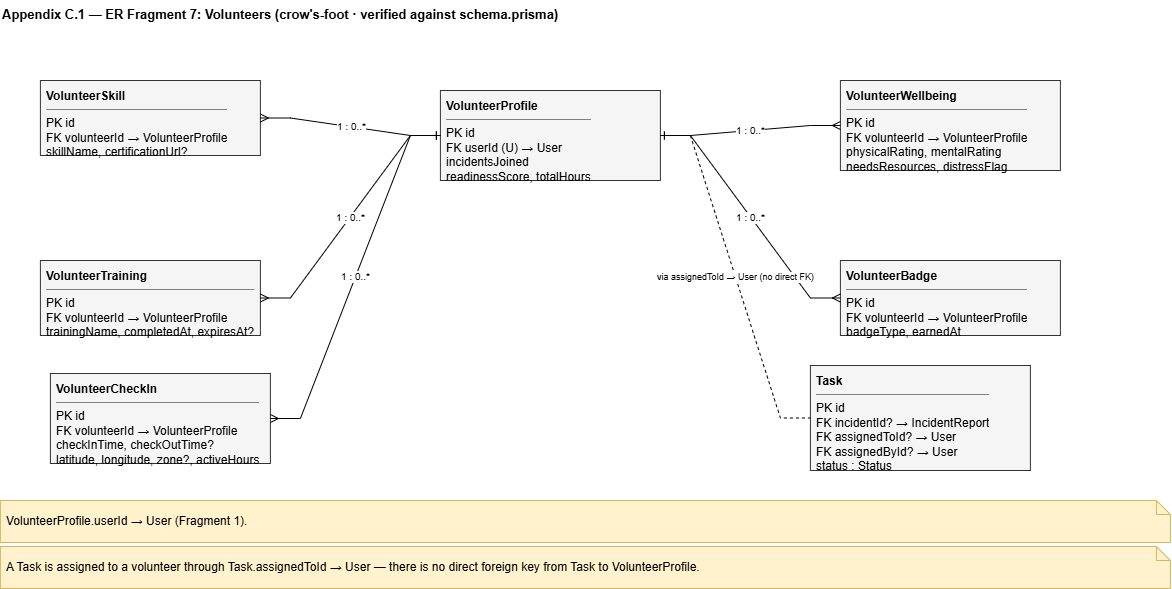
Before: research-report-source/diagrams/pngs/Appendix_C.1_ER_Fragment_07_Volunteers.drawio.png, a diagram exported from draw.io (DeshanDV1003/Suraksha---Web-App). Source tidied: cells renumbered, new cells last; positions are measured from the earlier drawing's top-left corner, leaving out a move shared by most shapes. The source it was exported from:
```xml
<mxGraphModel>
  <root>
    <mxCell id="0" />
    <mxCell id="1" parent="0" />
    <mxCell id="2" value="Appendix C.1 — ER Fragment 7: Volunteers   (crow's-foot · verified against schema.prisma)" style="text;html=1;fontStyle=1;fontSize=13;align=left;" parent="1" vertex="1">
      <mxGeometry width="1170" height="24" as="geometry" />
    </mxCell>
    <mxCell id="3" value="&lt;b&gt;VolunteerProfile&lt;/b&gt;&lt;hr size=&quot;1&quot; noshade&gt;PK id&lt;br&gt;FK userId (U)  → User&lt;br&gt;incidentsJoined&lt;br&gt;readinessScore, totalHours" style="rounded=0;whiteSpace=wrap;html=1;fillColor=#f5f5f5;strokeColor=#333333;align=left;verticalAlign=top;spacingLeft=4;spacingTop=2;overflow=hidden;" parent="1" vertex="1">
      <mxGeometry x="440" y="90" width="220" height="90" as="geometry" />
    </mxCell>
    <mxCell id="4" value="&lt;b&gt;VolunteerSkill&lt;/b&gt;&lt;hr size=&quot;1&quot; noshade&gt;PK id&lt;br&gt;FK volunteerId  → VolunteerProfile&lt;br&gt;skillName, certificationUrl?" style="rounded=0;whiteSpace=wrap;html=1;fillColor=#f5f5f5;strokeColor=#333333;align=left;verticalAlign=top;spacingLeft=4;spacingTop=2;overflow=hidden;" parent="1" vertex="1">
      <mxGeometry x="40" y="80" width="220" height="75" as="geometry" />
    </mxCell>
    <mxCell id="5" value="&lt;b&gt;VolunteerTraining&lt;/b&gt;&lt;hr size=&quot;1&quot; noshade&gt;PK id&lt;br&gt;FK volunteerId  → VolunteerProfile&lt;br&gt;trainingName, completedAt, expiresAt?" style="rounded=0;whiteSpace=wrap;html=1;fillColor=#f5f5f5;strokeColor=#333333;align=left;verticalAlign=top;spacingLeft=4;spacingTop=2;overflow=hidden;" parent="1" vertex="1">
      <mxGeometry x="40" y="260" width="220" height="75" as="geometry" />
    </mxCell>
    <mxCell id="6" value="&lt;b&gt;VolunteerCheckIn&lt;/b&gt;&lt;hr size=&quot;1&quot; noshade&gt;PK id&lt;br&gt;FK volunteerId  → VolunteerProfile&lt;br&gt;checkInTime, checkOutTime?&lt;br&gt;latitude, longitude, zone?, activeHours" style="rounded=0;whiteSpace=wrap;html=1;fillColor=#f5f5f5;strokeColor=#333333;align=left;verticalAlign=top;spacingLeft=4;spacingTop=2;overflow=hidden;" parent="1" vertex="1">
      <mxGeometry x="50" y="373" width="220" height="90" as="geometry" />
    </mxCell>
    <mxCell id="7" value="&lt;b&gt;VolunteerWellbeing&lt;/b&gt;&lt;hr size=&quot;1&quot; noshade&gt;PK id&lt;br&gt;FK volunteerId  → VolunteerProfile&lt;br&gt;physicalRating, mentalRating&lt;br&gt;needsResources, distressFlag" style="rounded=0;whiteSpace=wrap;html=1;fillColor=#f5f5f5;strokeColor=#333333;align=left;verticalAlign=top;spacingLeft=4;spacingTop=2;overflow=hidden;" parent="1" vertex="1">
      <mxGeometry x="840" y="80" width="220" height="90" as="geometry" />
    </mxCell>
    <mxCell id="8" value="&lt;b&gt;VolunteerBadge&lt;/b&gt;&lt;hr size=&quot;1&quot; noshade&gt;PK id&lt;br&gt;FK volunteerId  → VolunteerProfile&lt;br&gt;badgeType, earnedAt" style="rounded=0;whiteSpace=wrap;html=1;fillColor=#f5f5f5;strokeColor=#333333;align=left;verticalAlign=top;spacingLeft=4;spacingTop=2;overflow=hidden;" parent="1" vertex="1">
      <mxGeometry x="840" y="260" width="220" height="75" as="geometry" />
    </mxCell>
    <mxCell id="9" value="&lt;b&gt;Task&lt;/b&gt;&lt;hr size=&quot;1&quot; noshade&gt;PK id&lt;br&gt;FK incidentId?  → IncidentReport&lt;br&gt;FK assignedToId?  → User&lt;br&gt;FK assignedById?  → User&lt;br&gt;status : Status" style="rounded=0;whiteSpace=wrap;html=1;fillColor=#f5f5f5;strokeColor=#333333;align=left;verticalAlign=top;spacingLeft=4;spacingTop=2;overflow=hidden;" parent="1" vertex="1">
      <mxGeometry x="810" y="365" width="220" height="105" as="geometry" />
    </mxCell>
    <mxCell id="10" value="1 : 0..*" style="edgeStyle=entityRelationEdgeStyle;rounded=0;html=1;fontSize=10;startArrow=ERone;endArrow=ERmany;startFill=0;endFill=0;" parent="1" edge="1" source="3" target="4">
      <mxGeometry relative="1" as="geometry" />
    </mxCell>
    <mxCell id="11" value="1 : 0..*" style="edgeStyle=entityRelationEdgeStyle;rounded=0;html=1;fontSize=10;startArrow=ERone;endArrow=ERmany;startFill=0;endFill=0;" parent="1" edge="1" source="3" target="5">
      <mxGeometry relative="1" as="geometry" />
    </mxCell>
    <mxCell id="12" value="1 : 0..*" style="edgeStyle=entityRelationEdgeStyle;rounded=0;html=1;fontSize=10;startArrow=ERone;endArrow=ERmany;startFill=0;endFill=0;" parent="1" edge="1" source="3" target="6">
      <mxGeometry relative="1" as="geometry" />
    </mxCell>
    <mxCell id="13" value="1 : 0..*" style="edgeStyle=entityRelationEdgeStyle;rounded=0;html=1;fontSize=10;startArrow=ERone;endArrow=ERmany;startFill=0;endFill=0;" parent="1" edge="1" source="3" target="7">
      <mxGeometry relative="1" as="geometry" />
    </mxCell>
    <mxCell id="14" value="1 : 0..*" style="edgeStyle=entityRelationEdgeStyle;rounded=0;html=1;fontSize=10;startArrow=ERone;endArrow=ERmany;startFill=0;endFill=0;" parent="1" edge="1" source="3" target="8">
      <mxGeometry relative="1" as="geometry" />
    </mxCell>
    <mxCell id="15" value="via assignedToId → User (no direct FK)" style="edgeStyle=entityRelationEdgeStyle;rounded=0;html=1;fontSize=9;dashed=1;startArrow=none;endArrow=none;" parent="1" edge="1" source="3" target="9">
      <mxGeometry relative="1" as="geometry" />
    </mxCell>
    <mxCell id="16" value="VolunteerProfile.userId → User (Fragment 1)." style="shape=note;whiteSpace=wrap;html=1;fillColor=#fff2cc;strokeColor=#d6b656;size=14;align=left;spacingLeft=4;" parent="1" vertex="1">
      <mxGeometry y="500" width="1170" height="42" as="geometry" />
    </mxCell>
    <mxCell id="17" value="A Task is assigned to a volunteer through Task.assignedToId → User — there is no direct foreign key from Task to VolunteerProfile." style="shape=note;whiteSpace=wrap;html=1;fillColor=#fff2cc;strokeColor=#d6b656;size=14;align=left;spacingLeft=4;" parent="1" vertex="1">
      <mxGeometry y="546" width="1170" height="42" as="geometry" />
    </mxCell>
  </root>
</mxGraphModel>
```
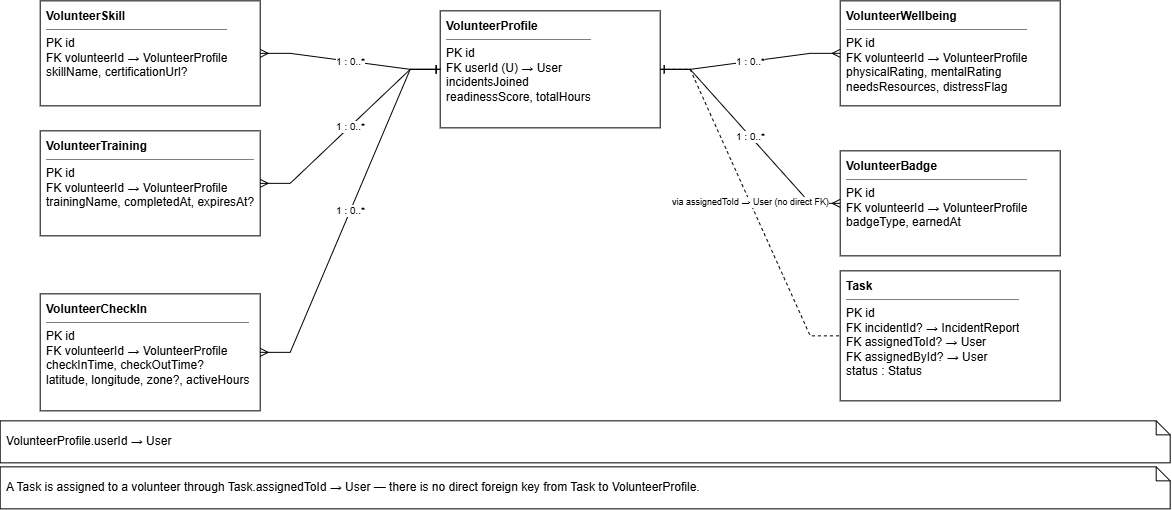
The same file after the commit.

Change to the diagram source:
```diff
@@ -2,29 +2,26 @@
   <root>
     <mxCell id="0" />
     <mxCell id="1" parent="0" />
-    <mxCell id="2" value="Appendix C.1 — ER Fragment 7: Volunteers   (crow's-foot · verified against schema.prisma)" style="text;html=1;fontStyle=1;fontSize=13;align=left;" parent="1" vertex="1">
-      <mxGeometry width="1170" height="24" as="geometry" />
-    </mxCell>
-    <mxCell id="3" value="&lt;b&gt;VolunteerProfile&lt;/b&gt;&lt;hr size=&quot;1&quot; noshade&gt;PK id&lt;br&gt;FK userId (U)  → User&lt;br&gt;incidentsJoined&lt;br&gt;readinessScore, totalHours" style="rounded=0;whiteSpace=wrap;html=1;fillColor=#f5f5f5;strokeColor=#333333;align=left;verticalAlign=top;spacingLeft=4;spacingTop=2;overflow=hidden;" parent="1" vertex="1">
-      <mxGeometry x="440" y="90" width="220" height="90" as="geometry" />
+    <mxCell id="3" value="&lt;b&gt;VolunteerProfile&lt;/b&gt;&lt;hr size=&quot;1&quot; noshade&gt;PK id&lt;br&gt;FK userId (U)  → User&lt;br&gt;incidentsJoined&lt;br&gt;readinessScore, totalHours" style="rounded=0;whiteSpace=wrap;html=1;align=left;verticalAlign=top;spacingLeft=4;spacingTop=2;overflow=hidden;" parent="1" vertex="1">
+      <mxGeometry x="440" y="90" width="220" height="117" as="geometry" />
     </mxCell>
-    <mxCell id="4" value="&lt;b&gt;VolunteerSkill&lt;/b&gt;&lt;hr size=&quot;1&quot; noshade&gt;PK id&lt;br&gt;FK volunteerId  → VolunteerProfile&lt;br&gt;skillName, certificationUrl?" style="rounded=0;whiteSpace=wrap;html=1;fillColor=#f5f5f5;strokeColor=#333333;align=left;verticalAlign=top;spacingLeft=4;spacingTop=2;overflow=hidden;" parent="1" vertex="1">
-      <mxGeometry x="40" y="80" width="220" height="75" as="geometry" />
+    <mxCell id="4" value="&lt;b&gt;VolunteerSkill&lt;/b&gt;&lt;hr size=&quot;1&quot; noshade&gt;PK id&lt;br&gt;FK volunteerId  → VolunteerProfile&lt;br&gt;skillName, certificationUrl?" style="rounded=0;whiteSpace=wrap;html=1;align=left;verticalAlign=top;spacingLeft=4;spacingTop=2;overflow=hidden;" parent="1" vertex="1">
+      <mxGeometry x="40" y="80" width="220" height="105" as="geometry" />
     </mxCell>
-    <mxCell id="5" value="&lt;b&gt;VolunteerTraining&lt;/b&gt;&lt;hr size=&quot;1&quot; noshade&gt;PK id&lt;br&gt;FK volunteerId  → VolunteerProfile&lt;br&gt;trainingName, completedAt, expiresAt?" style="rounded=0;whiteSpace=wrap;html=1;fillColor=#f5f5f5;strokeColor=#333333;align=left;verticalAlign=top;spacingLeft=4;spacingTop=2;overflow=hidden;" parent="1" vertex="1">
-      <mxGeometry x="40" y="260" width="220" height="75" as="geometry" />
+    <mxCell id="5" value="&lt;b&gt;VolunteerTraining&lt;/b&gt;&lt;hr size=&quot;1&quot; noshade&gt;PK id&lt;br&gt;FK volunteerId  → VolunteerProfile&lt;br&gt;trainingName, completedAt, expiresAt?" style="rounded=0;whiteSpace=wrap;html=1;align=left;verticalAlign=top;spacingLeft=4;spacingTop=2;overflow=hidden;" parent="1" vertex="1">
+      <mxGeometry x="40" y="210" width="220" height="105" as="geometry" />
     </mxCell>
-    <mxCell id="6" value="&lt;b&gt;VolunteerCheckIn&lt;/b&gt;&lt;hr size=&quot;1&quot; noshade&gt;PK id&lt;br&gt;FK volunteerId  → VolunteerProfile&lt;br&gt;checkInTime, checkOutTime?&lt;br&gt;latitude, longitude, zone?, activeHours" style="rounded=0;whiteSpace=wrap;html=1;fillColor=#f5f5f5;strokeColor=#333333;align=left;verticalAlign=top;spacingLeft=4;spacingTop=2;overflow=hidden;" parent="1" vertex="1">
-      <mxGeometry x="50" y="373" width="220" height="90" as="geometry" />
+    <mxCell id="6" value="&lt;b&gt;VolunteerCheckIn&lt;/b&gt;&lt;hr size=&quot;1&quot; noshade&gt;PK id&lt;br&gt;FK volunteerId  → VolunteerProfile&lt;br&gt;checkInTime, checkOutTime?&lt;br&gt;latitude, longitude, zone?, activeHours" style="rounded=0;whiteSpace=wrap;html=1;align=left;verticalAlign=top;spacingLeft=4;spacingTop=2;overflow=hidden;" parent="1" vertex="1">
+      <mxGeometry x="40" y="373" width="220" height="117" as="geometry" />
     </mxCell>
-    <mxCell id="7" value="&lt;b&gt;VolunteerWellbeing&lt;/b&gt;&lt;hr size=&quot;1&quot; noshade&gt;PK id&lt;br&gt;FK volunteerId  → VolunteerProfile&lt;br&gt;physicalRating, mentalRating&lt;br&gt;needsResources, distressFlag" style="rounded=0;whiteSpace=wrap;html=1;fillColor=#f5f5f5;strokeColor=#333333;align=left;verticalAlign=top;spacingLeft=4;spacingTop=2;overflow=hidden;" parent="1" vertex="1">
-      <mxGeometry x="840" y="80" width="220" height="90" as="geometry" />
+    <mxCell id="7" value="&lt;b&gt;VolunteerWellbeing&lt;/b&gt;&lt;hr size=&quot;1&quot; noshade&gt;PK id&lt;br&gt;FK volunteerId  → VolunteerProfile&lt;br&gt;physicalRating, mentalRating&lt;br&gt;needsResources, distressFlag" style="rounded=0;whiteSpace=wrap;html=1;align=left;verticalAlign=top;spacingLeft=4;spacingTop=2;overflow=hidden;" parent="1" vertex="1">
+      <mxGeometry x="840" y="80" width="220" height="105" as="geometry" />
     </mxCell>
-    <mxCell id="8" value="&lt;b&gt;VolunteerBadge&lt;/b&gt;&lt;hr size=&quot;1&quot; noshade&gt;PK id&lt;br&gt;FK volunteerId  → VolunteerProfile&lt;br&gt;badgeType, earnedAt" style="rounded=0;whiteSpace=wrap;html=1;fillColor=#f5f5f5;strokeColor=#333333;align=left;verticalAlign=top;spacingLeft=4;spacingTop=2;overflow=hidden;" parent="1" vertex="1">
-      <mxGeometry x="840" y="260" width="220" height="75" as="geometry" />
+    <mxCell id="8" value="&lt;b&gt;VolunteerBadge&lt;/b&gt;&lt;hr size=&quot;1&quot; noshade&gt;PK id&lt;br&gt;FK volunteerId  → VolunteerProfile&lt;br&gt;badgeType, earnedAt" style="rounded=0;whiteSpace=wrap;html=1;align=left;verticalAlign=top;spacingLeft=4;spacingTop=2;overflow=hidden;" parent="1" vertex="1">
+      <mxGeometry x="840" y="230" width="220" height="105" as="geometry" />
     </mxCell>
-    <mxCell id="9" value="&lt;b&gt;Task&lt;/b&gt;&lt;hr size=&quot;1&quot; noshade&gt;PK id&lt;br&gt;FK incidentId?  → IncidentReport&lt;br&gt;FK assignedToId?  → User&lt;br&gt;FK assignedById?  → User&lt;br&gt;status : Status" style="rounded=0;whiteSpace=wrap;html=1;fillColor=#f5f5f5;strokeColor=#333333;align=left;verticalAlign=top;spacingLeft=4;spacingTop=2;overflow=hidden;" parent="1" vertex="1">
-      <mxGeometry x="810" y="365" width="220" height="105" as="geometry" />
+    <mxCell id="9" value="&lt;b&gt;Task&lt;/b&gt;&lt;hr size=&quot;1&quot; noshade&gt;PK id&lt;br&gt;FK incidentId?  → IncidentReport&lt;br&gt;FK assignedToId?  → User&lt;br&gt;FK assignedById?  → User&lt;br&gt;status : Status" style="rounded=0;whiteSpace=wrap;html=1;align=left;verticalAlign=top;spacingLeft=4;spacingTop=2;overflow=hidden;" parent="1" vertex="1">
+      <mxGeometry x="840" y="350" width="220" height="130" as="geometry" />
     </mxCell>
     <mxCell id="10" value="1 : 0..*" style="edgeStyle=entityRelationEdgeStyle;rounded=0;html=1;fontSize=10;startArrow=ERone;endArrow=ERmany;startFill=0;endFill=0;" parent="1" edge="1" source="3" target="4">
       <mxGeometry relative="1" as="geometry" />
@@ -44,10 +41,10 @@
     <mxCell id="15" value="via assignedToId → User (no direct FK)" style="edgeStyle=entityRelationEdgeStyle;rounded=0;html=1;fontSize=9;dashed=1;startArrow=none;endArrow=none;" parent="1" edge="1" source="3" target="9">
       <mxGeometry relative="1" as="geometry" />
     </mxCell>
-    <mxCell id="16" value="VolunteerProfile.userId → User (Fragment 1)." style="shape=note;whiteSpace=wrap;html=1;fillColor=#fff2cc;strokeColor=#d6b656;size=14;align=left;spacingLeft=4;" parent="1" vertex="1">
+    <mxCell id="16" value="VolunteerProfile.userId → User&amp;nbsp;" style="shape=note;whiteSpace=wrap;html=1;size=14;align=left;spacingLeft=4;" parent="1" vertex="1">
       <mxGeometry y="500" width="1170" height="42" as="geometry" />
     </mxCell>
-    <mxCell id="17" value="A Task is assigned to a volunteer through Task.assignedToId → User — there is no direct foreign key from Task to VolunteerProfile." style="shape=note;whiteSpace=wrap;html=1;fillColor=#fff2cc;strokeColor=#d6b656;size=14;align=left;spacingLeft=4;" parent="1" vertex="1">
+    <mxCell id="17" value="A Task is assigned to a volunteer through Task.assignedToId → User — there is no direct foreign key from Task to VolunteerProfile." style="shape=note;whiteSpace=wrap;html=1;size=14;align=left;spacingLeft=4;" parent="1" vertex="1">
       <mxGeometry y="546" width="1170" height="42" as="geometry" />
     </mxCell>
   </root>
```
